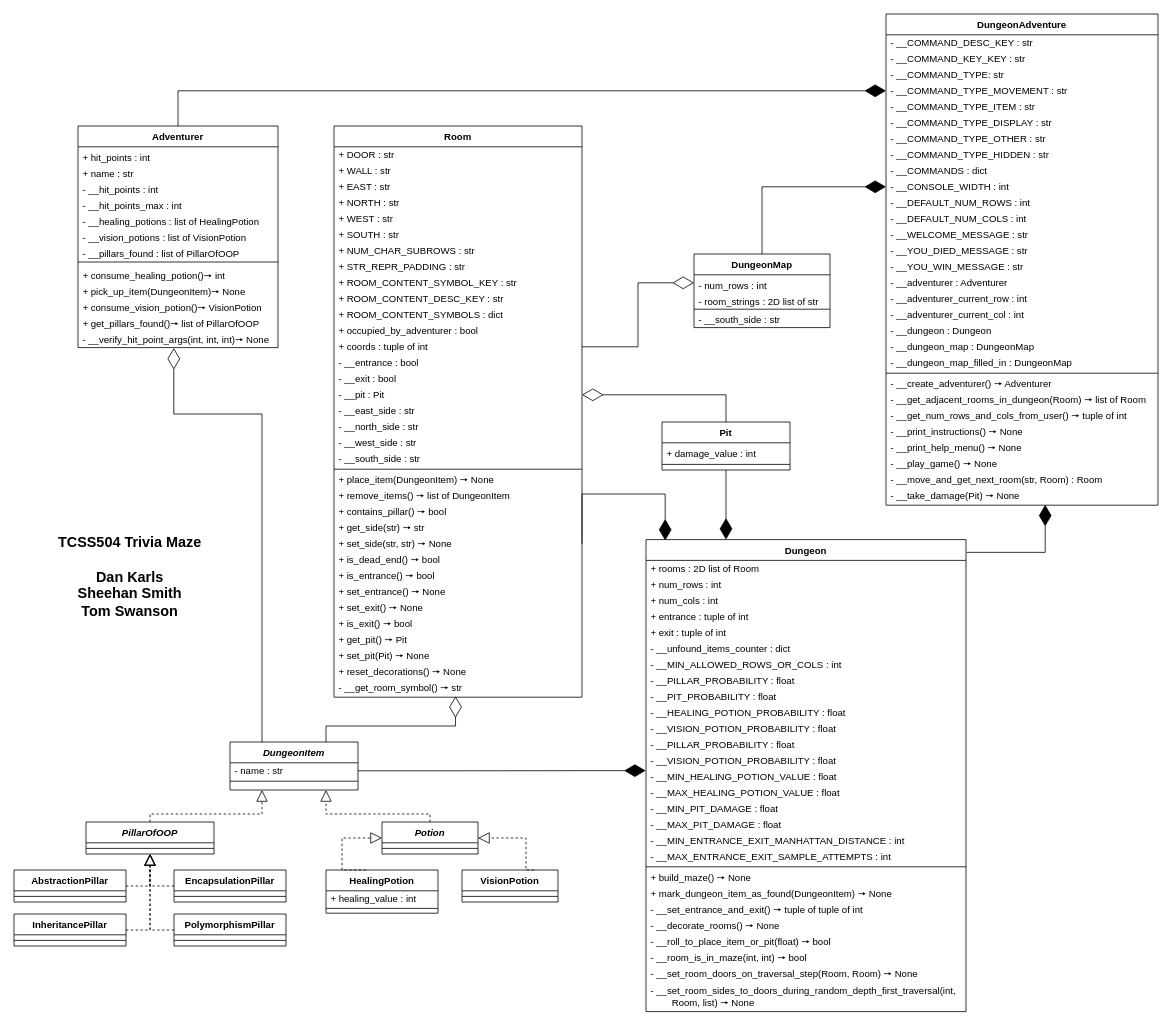
The draw.io diagram doc/UML.drawio in dskarls/TCSS504-Trivia-Maze, before the edit. Source tidied: cells renumbered, new cells numbered last; positions are measured from the earlier drawing's top-left corner, leaving out a move shared by most shapes. Both pictures are drawn from the tidied source at 80%, with x=0, y=0 at pixel (14, 14).
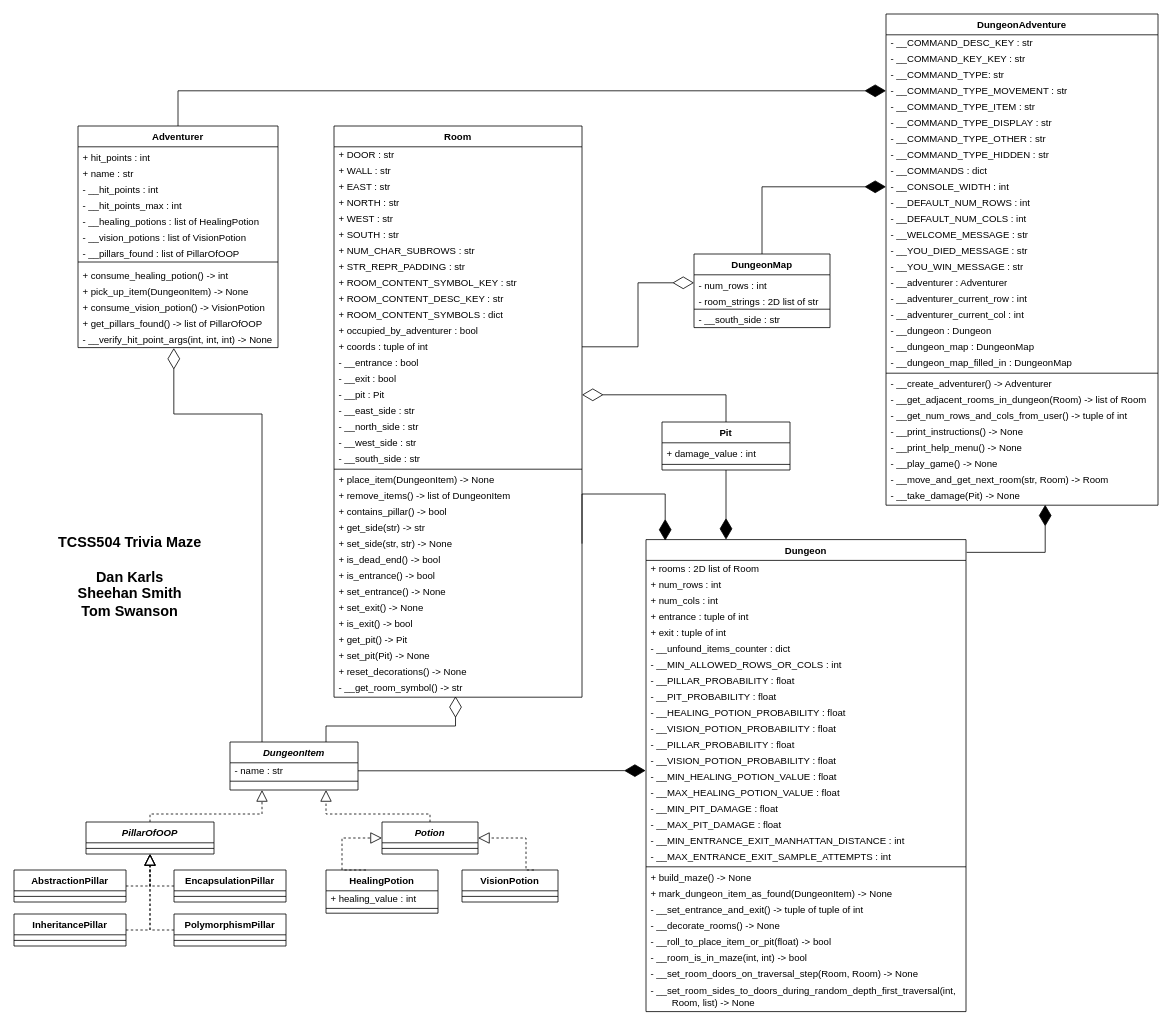
Above is the later version.

Commit message:
DOC: Use ASCII arrows in UML

Unchanged cells that the change refers to:
```xml
<mxCell id="26" value="Dungeon" style="swimlane;fontStyle=1;align=center;verticalAlign=top;horizontal=1;startSize=26;" parent="1" vertex="1">
  <mxGeometry x="790" y="657" width="400" height="590" as="geometry" />
</mxCell>
<mxCell id="60" value="Room" style="swimlane;fontStyle=1;align=center;verticalAlign=top;horizontal=1;startSize=26;" parent="1" vertex="1">
  <mxGeometry x="400" y="140" width="310" height="714" as="geometry" />
</mxCell>
<mxCell id="98" value="Adventurer" style="swimlane;fontStyle=1;align=center;verticalAlign=top;horizontal=1;startSize=26;fontFamily=Helvetica;fontSize=12;" parent="1" vertex="1">
  <mxGeometry x="80" y="140" width="250" height="277" as="geometry" />
</mxCell>
<mxCell id="124" value="DungeonAdventure" style="swimlane;fontStyle=1;align=center;verticalAlign=top;horizontal=1;startSize=26;" parent="1" vertex="1">
  <mxGeometry x="1090" width="340" height="614" as="geometry" />
</mxCell>
```

What changed in the source:
```diff
@@
-    <mxCell id="47" value="+ build_maze() 🠖 None" style="text;strokeColor=none;fillColor=none;align=left;verticalAlign=middle;spacingLeft=4;spacingRight=4;overflow=hidden;" parent="26" vertex="1">
+    <mxCell id="47" value="+ build_maze() -&gt; None" style="text;strokeColor=none;fillColor=none;align=left;verticalAlign=middle;spacingLeft=4;spacingRight=4;overflow=hidden;" parent="26" vertex="1">
       <mxGeometry y="412" width="400" height="20" as="geometry" />
     </mxCell>
-    <mxCell id="48" value="+ mark_dungeon_item_as_found(DungeonItem) 🠖 None" style="text;strokeColor=none;fillColor=none;align=left;verticalAlign=middle;spacingLeft=4;spacingRight=4;overflow=hidden;" parent="26" vertex="1">
+    <mxCell id="48" value="+ mark_dungeon_item_as_found(DungeonItem) -&gt; None" style="text;strokeColor=none;fillColor=none;align=left;verticalAlign=middle;spacingLeft=4;spacingRight=4;overflow=hidden;" parent="26" vertex="1">
       <mxGeometry y="432" width="400" height="20" as="geometry" />
     </mxCell>
-    <mxCell id="49" value="- __set_entrance_and_exit() 🠖 tuple of tuple of int" style="text;strokeColor=none;fillColor=none;align=left;verticalAlign=middle;spacingLeft=4;spacingRight=4;overflow=hidden;" parent="26" vertex="1">
+    <mxCell id="49" value="- __set_entrance_and_exit() -&gt; tuple of tuple of int" style="text;strokeColor=none;fillColor=none;align=left;verticalAlign=middle;spacingLeft=4;spacingRight=4;overflow=hidden;" parent="26" vertex="1">
       <mxGeometry y="452" width="400" height="20" as="geometry" />
     </mxCell>
-    <mxCell id="50" value="- __decorate_rooms() 🠖 None" style="text;strokeColor=none;fillColor=none;align=left;verticalAlign=middle;spacingLeft=4;spacingRight=4;overflow=hidden;" parent="26" vertex="1">
+    <mxCell id="50" value="- __decorate_rooms() -&gt; None" style="text;strokeColor=none;fillColor=none;align=left;verticalAlign=middle;spacingLeft=4;spacingRight=4;overflow=hidden;" parent="26" vertex="1">
       <mxGeometry y="472" width="400" height="20" as="geometry" />
     </mxCell>
-    <mxCell id="51" value="- __roll_to_place_item_or_pit(float) 🠖 bool" style="text;strokeColor=none;fillColor=none;align=left;verticalAlign=middle;spacingLeft=4;spacingRight=4;overflow=hidden;" parent="26" vertex="1">
+    <mxCell id="51" value="- __roll_to_place_item_or_pit(float) -&gt; bool" style="text;strokeColor=none;fillColor=none;align=left;verticalAlign=middle;spacingLeft=4;spacingRight=4;overflow=hidden;" parent="26" vertex="1">
       <mxGeometry y="492" width="400" height="20" as="geometry" />
     </mxCell>
-    <mxCell id="52" value="- __room_is_in_maze(int, int) 🠖 bool" style="text;strokeColor=none;fillColor=none;align=left;verticalAlign=middle;spacingLeft=4;spacingRight=4;overflow=hidden;" parent="26" vertex="1">
+    <mxCell id="52" value="- __room_is_in_maze(int, int) -&gt; bool" style="text;strokeColor=none;fillColor=none;align=left;verticalAlign=middle;spacingLeft=4;spacingRight=4;overflow=hidden;" parent="26" vertex="1">
       <mxGeometry y="512" width="400" height="20" as="geometry" />
     </mxCell>
-    <mxCell id="53" value="- __set_room_doors_on_traversal_step(Room, Room) 🠖 None" style="text;strokeColor=none;fillColor=none;align=left;verticalAlign=middle;spacingLeft=4;spacingRight=4;overflow=hidden;" parent="26" vertex="1">
+    <mxCell id="53" value="- __set_room_doors_on_traversal_step(Room, Room) -&gt; None" style="text;strokeColor=none;fillColor=none;align=left;verticalAlign=middle;spacingLeft=4;spacingRight=4;overflow=hidden;" parent="26" vertex="1">
       <mxGeometry y="532" width="400" height="20" as="geometry" />
     </mxCell>
-    <mxCell id="54" value="- __set_room_sides_to_doors_during_random_depth_first_traversal(int, &#10;        Room, list) 🠖 None" style="text;strokeColor=none;fillColor=none;align=left;verticalAlign=middle;spacingLeft=4;spacingRight=4;overflow=hidden;" parent="26" vertex="1">
+    <mxCell id="54" value="- __set_room_sides_to_doors_during_random_depth_first_traversal(int, &#10;        Room, list) -&gt; None" style="text;strokeColor=none;fillColor=none;align=left;verticalAlign=middle;spacingLeft=4;spacingRight=4;overflow=hidden;" parent="26" vertex="1">
       <mxGeometry y="552" width="400" height="38" as="geometry" />
     </mxCell>
@@
-    <mxCell id="82" value="+ place_item(DungeonItem) 🠖 None" style="text;strokeColor=none;fillColor=none;align=left;verticalAlign=middle;spacingLeft=4;spacingRight=4;overflow=hidden;" parent="60" vertex="1">
+    <mxCell id="82" value="+ place_item(DungeonItem) -&gt; None" style="text;strokeColor=none;fillColor=none;align=left;verticalAlign=middle;spacingLeft=4;spacingRight=4;overflow=hidden;" parent="60" vertex="1">
       <mxGeometry y="432" width="310" height="20" as="geometry" />
     </mxCell>
-    <mxCell id="83" value="+ remove_items() 🠖 list of DungeonItem" style="text;strokeColor=none;fillColor=none;align=left;verticalAlign=middle;spacingLeft=4;spacingRight=4;overflow=hidden;" parent="60" vertex="1">
+    <mxCell id="83" value="+ remove_items() -&gt; list of DungeonItem" style="text;strokeColor=none;fillColor=none;align=left;verticalAlign=middle;spacingLeft=4;spacingRight=4;overflow=hidden;" parent="60" vertex="1">
       <mxGeometry y="452" width="310" height="20" as="geometry" />
     </mxCell>
-    <mxCell id="84" value="+ contains_pillar() 🠖 bool" style="text;strokeColor=none;fillColor=none;align=left;verticalAlign=middle;spacingLeft=4;spacingRight=4;overflow=hidden;" parent="60" vertex="1">
+    <mxCell id="84" value="+ contains_pillar() -&gt; bool" style="text;strokeColor=none;fillColor=none;align=left;verticalAlign=middle;spacingLeft=4;spacingRight=4;overflow=hidden;" parent="60" vertex="1">
       <mxGeometry y="472" width="310" height="20" as="geometry" />
     </mxCell>
-    <mxCell id="85" value="+ get_side(str) 🠖 str" style="text;strokeColor=none;fillColor=none;align=left;verticalAlign=middle;spacingLeft=4;spacingRight=4;overflow=hidden;" parent="60" vertex="1">
+    <mxCell id="85" value="+ get_side(str) -&gt; str" style="text;strokeColor=none;fillColor=none;align=left;verticalAlign=middle;spacingLeft=4;spacingRight=4;overflow=hidden;" parent="60" vertex="1">
       <mxGeometry y="492" width="310" height="20" as="geometry" />
     </mxCell>
-    <mxCell id="86" value="+ set_side(str, str) 🠖 None" style="text;strokeColor=none;fillColor=none;align=left;verticalAlign=middle;spacingLeft=4;spacingRight=4;overflow=hidden;points=[[0,0.5],[1,0.5]];portConstraint=eastwest;" parent="60" vertex="1">
+    <mxCell id="86" value="+ set_side(str, str) -&gt; None" style="text;strokeColor=none;fillColor=none;align=left;verticalAlign=middle;spacingLeft=4;spacingRight=4;overflow=hidden;points=[[0,0.5],[1,0.5]];portConstraint=eastwest;" parent="60" vertex="1">
       <mxGeometry y="512" width="310" height="20" as="geometry" />
     </mxCell>
-    <mxCell id="87" value="+ is_dead_end() 🠖 bool" style="text;strokeColor=none;fillColor=none;align=left;verticalAlign=middle;spacingLeft=4;spacingRight=4;overflow=hidden;" parent="60" vertex="1">
+    <mxCell id="87" value="+ is_dead_end() -&gt; bool" style="text;strokeColor=none;fillColor=none;align=left;verticalAlign=middle;spacingLeft=4;spacingRight=4;overflow=hidden;" parent="60" vertex="1">
       <mxGeometry y="532" width="310" height="20" as="geometry" />
     </mxCell>
-    <mxCell id="88" value="+ is_entrance() 🠖 bool" style="text;strokeColor=none;fillColor=none;align=left;verticalAlign=middle;spacingLeft=4;spacingRight=4;overflow=hidden;" parent="60" vertex="1">
+    <mxCell id="88" value="+ is_entrance() -&gt; bool" style="text;strokeColor=none;fillColor=none;align=left;verticalAlign=middle;spacingLeft=4;spacingRight=4;overflow=hidden;" parent="60" vertex="1">
       <mxGeometry y="552" width="310" height="20" as="geometry" />
     </mxCell>
-    <mxCell id="89" value="+ set_entrance() 🠖 None" style="text;strokeColor=none;fillColor=none;align=left;verticalAlign=middle;spacingLeft=4;spacingRight=4;overflow=hidden;" parent="60" vertex="1">
+    <mxCell id="89" value="+ set_entrance() -&gt; None" style="text;strokeColor=none;fillColor=none;align=left;verticalAlign=middle;spacingLeft=4;spacingRight=4;overflow=hidden;" parent="60" vertex="1">
       <mxGeometry y="572" width="310" height="20" as="geometry" />
     </mxCell>
-    <mxCell id="90" value="+ set_exit() 🠖 None" style="text;strokeColor=none;fillColor=none;align=left;verticalAlign=middle;spacingLeft=4;spacingRight=4;overflow=hidden;" parent="60" vertex="1">
+    <mxCell id="90" value="+ set_exit() -&gt; None" style="text;strokeColor=none;fillColor=none;align=left;verticalAlign=middle;spacingLeft=4;spacingRight=4;overflow=hidden;" parent="60" vertex="1">
       <mxGeometry y="592" width="310" height="20" as="geometry" />
     </mxCell>
-    <mxCell id="91" value="+ is_exit() 🠖 bool" style="text;strokeColor=none;fillColor=none;align=left;verticalAlign=middle;spacingLeft=4;spacingRight=4;overflow=hidden;" parent="60" vertex="1">
+    <mxCell id="91" value="+ is_exit() -&gt; bool" style="text;strokeColor=none;fillColor=none;align=left;verticalAlign=middle;spacingLeft=4;spacingRight=4;overflow=hidden;" parent="60" vertex="1">
       <mxGeometry y="612" width="310" height="20" as="geometry" />
     </mxCell>
-    <mxCell id="92" value="+ get_pit() 🠖 Pit" style="text;strokeColor=none;fillColor=none;align=left;verticalAlign=middle;spacingLeft=4;spacingRight=4;overflow=hidden;" parent="60" vertex="1">
+    <mxCell id="92" value="+ get_pit() -&gt; Pit" style="text;strokeColor=none;fillColor=none;align=left;verticalAlign=middle;spacingLeft=4;spacingRight=4;overflow=hidden;" parent="60" vertex="1">
       <mxGeometry y="632" width="310" height="20" as="geometry" />
     </mxCell>
-    <mxCell id="93" value="+ set_pit(Pit) 🠖 None" style="text;strokeColor=none;fillColor=none;align=left;verticalAlign=middle;spacingLeft=4;spacingRight=4;overflow=hidden;" parent="60" vertex="1">
+    <mxCell id="93" value="+ set_pit(Pit) -&gt; None" style="text;strokeColor=none;fillColor=none;align=left;verticalAlign=middle;spacingLeft=4;spacingRight=4;overflow=hidden;" parent="60" vertex="1">
       <mxGeometry y="652" width="310" height="20" as="geometry" />
     </mxCell>
-    <mxCell id="94" value="+ reset_decorations() 🠖 None" style="text;strokeColor=none;fillColor=none;align=left;verticalAlign=middle;spacingLeft=4;spacingRight=4;overflow=hidden;" parent="60" vertex="1">
+    <mxCell id="94" value="+ reset_decorations() -&gt; None" style="text;strokeColor=none;fillColor=none;align=left;verticalAlign=middle;spacingLeft=4;spacingRight=4;overflow=hidden;" parent="60" vertex="1">
       <mxGeometry y="672" width="310" height="20" as="geometry" />
     </mxCell>
-    <mxCell id="95" value="- __get_room_symbol() 🠖 str" style="text;strokeColor=none;fillColor=none;align=left;verticalAlign=middle;spacingLeft=4;spacingRight=4;overflow=hidden;points=[[0,0.5],[1,0.5]];portConstraint=eastwest;spacingBottom=3;" parent="60" vertex="1">
+    <mxCell id="95" value="- __get_room_symbol() -&gt; str" style="text;strokeColor=none;fillColor=none;align=left;verticalAlign=middle;spacingLeft=4;spacingRight=4;overflow=hidden;points=[[0,0.5],[1,0.5]];portConstraint=eastwest;spacingBottom=3;" parent="60" vertex="1">
       <mxGeometry y="692" width="310" height="22" as="geometry" />
     </mxCell>
@@
-    <mxCell id="107" value="+ consume_healing_potion()🠖 int" style="text;strokeColor=none;fillColor=none;align=left;verticalAlign=top;spacingLeft=4;spacingRight=4;overflow=hidden;fontFamily=Helvetica;fontSize=12;" parent="98" vertex="1">
+    <mxCell id="107" value="+ consume_healing_potion() -&gt; int" style="text;strokeColor=none;fillColor=none;align=left;verticalAlign=top;spacingLeft=4;spacingRight=4;overflow=hidden;fontFamily=Helvetica;fontSize=12;" parent="98" vertex="1">
       <mxGeometry y="174" width="250" height="20" as="geometry" />
     </mxCell>
-    <mxCell id="108" value="+ pick_up_item(DungeonItem)🠖 None" style="text;strokeColor=none;fillColor=none;align=left;verticalAlign=top;spacingLeft=4;spacingRight=4;overflow=hidden;fontFamily=Helvetica;fontSize=12;" parent="98" vertex="1">
+    <mxCell id="108" value="+ pick_up_item(DungeonItem) -&gt; None" style="text;strokeColor=none;fillColor=none;align=left;verticalAlign=top;spacingLeft=4;spacingRight=4;overflow=hidden;fontFamily=Helvetica;fontSize=12;" parent="98" vertex="1">
       <mxGeometry y="194" width="250" height="20" as="geometry" />
     </mxCell>
-    <mxCell id="109" value="+ consume_vision_potion()🠖 VisionPotion" style="text;strokeColor=none;fillColor=none;align=left;verticalAlign=top;spacingLeft=4;spacingRight=4;overflow=hidden;fontFamily=Helvetica;fontSize=12;" parent="98" vertex="1">
+    <mxCell id="109" value="+ consume_vision_potion() -&gt; VisionPotion" style="text;strokeColor=none;fillColor=none;align=left;verticalAlign=top;spacingLeft=4;spacingRight=4;overflow=hidden;fontFamily=Helvetica;fontSize=12;" parent="98" vertex="1">
       <mxGeometry y="214" width="250" height="20" as="geometry" />
     </mxCell>
-    <mxCell id="110" value="+ get_pillars_found()🠖 list of PillarOfOOP" style="text;strokeColor=none;fillColor=none;align=left;verticalAlign=top;spacingLeft=4;spacingRight=4;overflow=hidden;fontFamily=Helvetica;fontSize=12;" parent="98" vertex="1">
+    <mxCell id="110" value="+ get_pillars_found() -&gt; list of PillarOfOOP" style="text;strokeColor=none;fillColor=none;align=left;verticalAlign=top;spacingLeft=4;spacingRight=4;overflow=hidden;fontFamily=Helvetica;fontSize=12;" parent="98" vertex="1">
       <mxGeometry y="234" width="250" height="20" as="geometry" />
     </mxCell>
-    <mxCell id="111" value="- __verify_hit_point_args(int, int, int)🠖 None" style="text;strokeColor=none;fillColor=none;align=left;verticalAlign=top;spacingLeft=4;spacingRight=4;overflow=hidden;points=[[0,0.5],[1,0.5]];portConstraint=eastwest;fontFamily=Helvetica;fontSize=12;spacingBottom=3;" parent="98" vertex="1">
+    <mxCell id="111" value="- __verify_hit_point_args(int, int, int) -&gt; None" style="text;strokeColor=none;fillColor=none;align=left;verticalAlign=top;spacingLeft=4;spacingRight=4;overflow=hidden;points=[[0,0.5],[1,0.5]];portConstraint=eastwest;fontFamily=Helvetica;fontSize=12;spacingBottom=3;" parent="98" vertex="1">
       <mxGeometry y="254" width="250" height="23" as="geometry" />
     </mxCell>
@@
-    <mxCell id="147" value="- __create_adventurer() 🠖 Adventurer" style="text;strokeColor=none;fillColor=none;align=left;verticalAlign=middle;spacingLeft=4;spacingRight=4;overflow=hidden;" parent="124" vertex="1">
+    <mxCell id="147" value="- __create_adventurer() -&gt; Adventurer" style="text;strokeColor=none;fillColor=none;align=left;verticalAlign=middle;spacingLeft=4;spacingRight=4;overflow=hidden;" parent="124" vertex="1">
       <mxGeometry y="452" width="340" height="20" as="geometry" />
     </mxCell>
-    <mxCell id="148" value="- __get_adjacent_rooms_in_dungeon(Room) 🠖 list of Room" style="text;strokeColor=none;fillColor=none;align=left;verticalAlign=middle;spacingLeft=4;spacingRight=4;overflow=hidden;" parent="124" vertex="1">
+    <mxCell id="148" value="- __get_adjacent_rooms_in_dungeon(Room) -&gt; list of Room" style="text;strokeColor=none;fillColor=none;align=left;verticalAlign=middle;spacingLeft=4;spacingRight=4;overflow=hidden;" parent="124" vertex="1">
       <mxGeometry y="472" width="340" height="20" as="geometry" />
     </mxCell>
-    <mxCell id="149" value="- __get_num_rows_and_cols_from_user() 🠖 tuple of int" style="text;strokeColor=none;fillColor=none;align=left;verticalAlign=middle;spacingLeft=4;spacingRight=4;overflow=hidden;" parent="124" vertex="1">
+    <mxCell id="149" value="- __get_num_rows_and_cols_from_user() -&gt; tuple of int" style="text;strokeColor=none;fillColor=none;align=left;verticalAlign=middle;spacingLeft=4;spacingRight=4;overflow=hidden;" parent="124" vertex="1">
       <mxGeometry y="492" width="340" height="20" as="geometry" />
     </mxCell>
-    <mxCell id="150" value="- __print_instructions() 🠖 None" style="text;strokeColor=none;fillColor=none;align=left;verticalAlign=middle;spacingLeft=4;spacingRight=4;overflow=hidden;" parent="124" vertex="1">
+    <mxCell id="150" value="- __print_instructions() -&gt; None" style="text;strokeColor=none;fillColor=none;align=left;verticalAlign=middle;spacingLeft=4;spacingRight=4;overflow=hidden;" parent="124" vertex="1">
       <mxGeometry y="512" width="340" height="20" as="geometry" />
     </mxCell>
-    <mxCell id="151" value="- __print_help_menu() 🠖 None" style="text;strokeColor=none;fillColor=none;align=left;verticalAlign=middle;spacingLeft=4;spacingRight=4;overflow=hidden;" parent="124" vertex="1">
+    <mxCell id="151" value="- __print_help_menu() -&gt; None" style="text;strokeColor=none;fillColor=none;align=left;verticalAlign=middle;spacingLeft=4;spacingRight=4;overflow=hidden;" parent="124" vertex="1">
       <mxGeometry y="532" width="340" height="20" as="geometry" />
     </mxCell>
-    <mxCell id="152" value="- __play_game() 🠖 None" style="text;strokeColor=none;fillColor=none;align=left;verticalAlign=middle;spacingLeft=4;spacingRight=4;overflow=hidden;" parent="124" vertex="1">
+    <mxCell id="152" value="- __play_game() -&gt; None" style="text;strokeColor=none;fillColor=none;align=left;verticalAlign=middle;spacingLeft=4;spacingRight=4;overflow=hidden;" parent="124" vertex="1">
       <mxGeometry y="552" width="340" height="20" as="geometry" />
     </mxCell>
-    <mxCell id="153" value="- __move_and_get_next_room(str, Room) : Room" style="text;strokeColor=none;fillColor=none;align=left;verticalAlign=middle;spacingLeft=4;spacingRight=4;overflow=hidden;" parent="124" vertex="1">
+    <mxCell id="153" value="- __move_and_get_next_room(str, Room) -&gt; Room" style="text;strokeColor=none;fillColor=none;align=left;verticalAlign=middle;spacingLeft=4;spacingRight=4;overflow=hidden;" parent="124" vertex="1">
       <mxGeometry y="572" width="340" height="20" as="geometry" />
     </mxCell>
-    <mxCell id="154" value="- __take_damage(Pit) 🠖 None" style="text;strokeColor=none;fillColor=none;align=left;verticalAlign=middle;spacingLeft=4;spacingRight=4;overflow=hidden;points=[[0,0.5],[1,0.5]];portConstraint=eastwest;spacingBottom=3;" parent="124" vertex="1">
+    <mxCell id="154" value="- __take_damage(Pit) -&gt; None" style="text;strokeColor=none;fillColor=none;align=left;verticalAlign=middle;spacingLeft=4;spacingRight=4;overflow=hidden;points=[[0,0.5],[1,0.5]];portConstraint=eastwest;spacingBottom=3;" parent="124" vertex="1">
       <mxGeometry y="592" width="340" height="22" as="geometry" />
     </mxCell>
```
